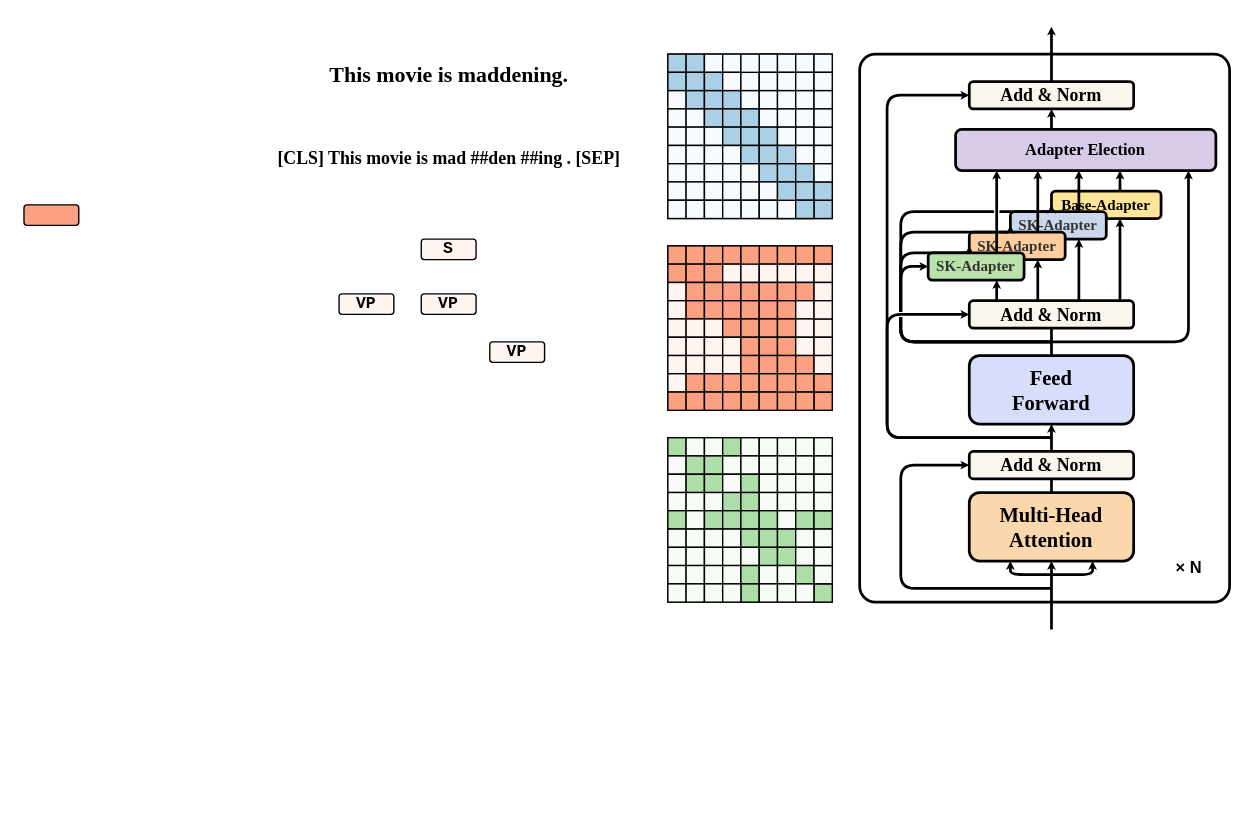
Above: 未命名绘图.drawio in Wiselnn570/dialogue-system (draw.io), before the change. Source tidied: cells renumbered, new cells numbered last; positions are measured from the earlier drawing's top-left corner, leaving out a move shared by most shapes. Both pictures are drawn from the tidied source at 137%, with x=0, y=0 at pixel (23, 26).
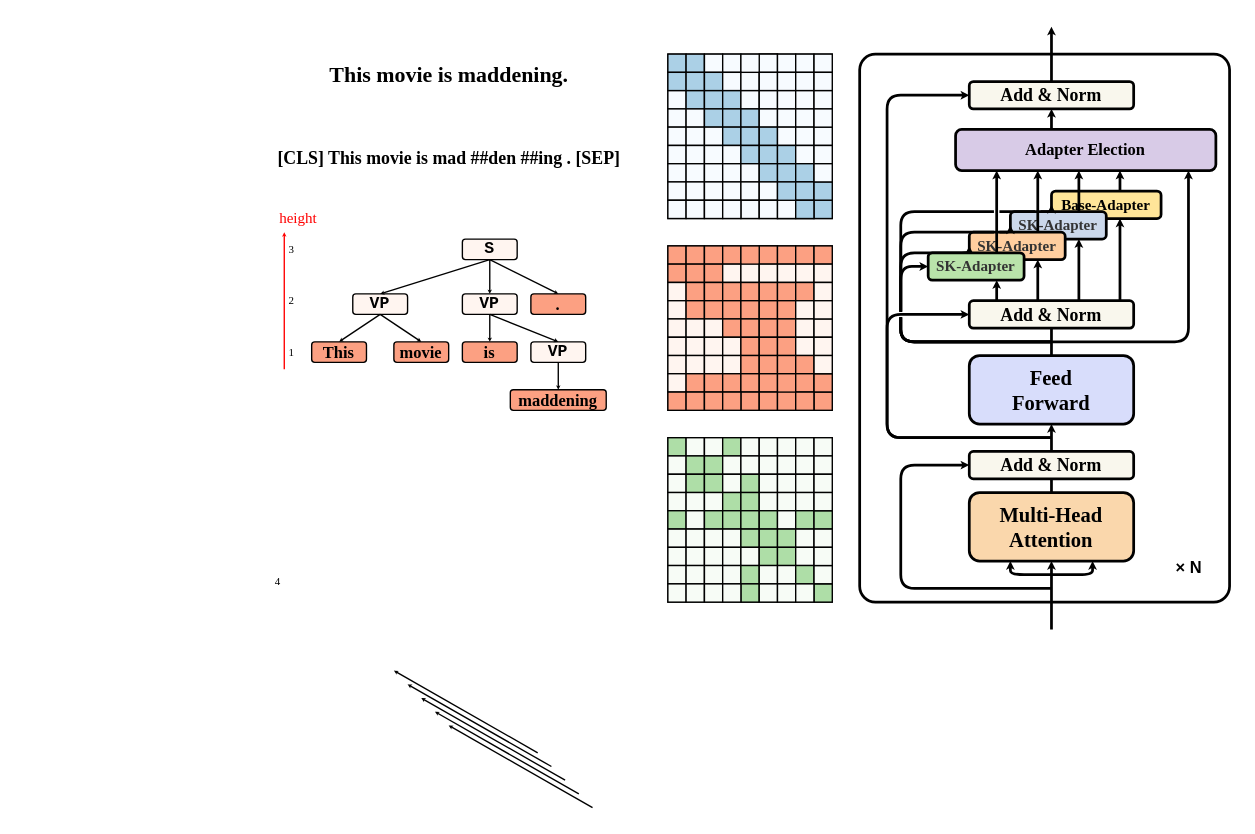
The same diagram, later.

Commit message (it also covers changes not shown here):
更新未命名绘图.drawio

Change to the diagram source:
```diff
@@
     <mxCell id="286" value="S" style="whiteSpace=wrap;html=1;strokeWidth=1;fillColor=#fff5f0;strokeColor=#000000;rotation=0;rounded=1;fontFamily=Courier New;fontStyle=1;" parent="1" vertex="1">
-      <mxGeometry x="290" y="155" width="40" height="15" as="geometry" />
+      <mxGeometry x="320" y="155" width="40" height="15" as="geometry" />
     </mxCell>
-    <mxCell id="287" style="whiteSpace=wrap;html=1;strokeWidth=1;fillColor=#fca082;strokeColor=#000000;rounded=1;rotation=0;" parent="1" vertex="1">
-      <mxGeometry y="130" width="40" height="15" as="geometry" />
+    <mxCell id="287" value="movie" style="whiteSpace=wrap;html=1;strokeWidth=1;fillColor=#fca082;strokeColor=#000000;rounded=1;rotation=0;fontFamily=Times New Roman;fontStyle=1;" parent="1" vertex="1">
+      <mxGeometry x="270" y="230" width="40" height="15" as="geometry" />
     </mxCell>
     <mxCell id="288" value="VP" style="whiteSpace=wrap;html=1;strokeWidth=1;fillColor=#fff5f0;strokeColor=#000000;rotation=0;rounded=1;fontFamily=Courier New;fontStyle=1;" parent="1" vertex="1">
-      <mxGeometry x="230" y="195" width="40" height="15" as="geometry" />
+      <mxGeometry x="240" y="195" width="40" height="15" as="geometry" />
     </mxCell>
     <mxCell id="289" value="VP" style="whiteSpace=wrap;html=1;strokeWidth=1;fillColor=#fff5f0;strokeColor=#000000;rotation=0;rounded=1;fontFamily=Courier New;fontStyle=1;" parent="1" vertex="1">
-      <mxGeometry x="290" y="195" width="40" height="15" as="geometry" />
+      <mxGeometry x="320" y="195" width="40" height="15" as="geometry" />
     </mxCell>
     <mxCell id="290" value="VP" style="whiteSpace=wrap;html=1;strokeWidth=1;fillColor=#fff5f0;strokeColor=#000000;rotation=0;rounded=1;fontFamily=Courier New;fontStyle=1;" parent="1" vertex="1">
-      <mxGeometry x="340" y="230" width="40" height="15" as="geometry" />
+      <mxGeometry x="370" y="230" width="40" height="15" as="geometry" />
     </mxCell>
+    <mxCell id="291" value="This" style="whiteSpace=wrap;html=1;strokeWidth=1;fillColor=#fca082;strokeColor=#000000;rounded=1;rotation=0;fontFamily=Times New Roman;fontStyle=1;" parent="1" vertex="1">
+      <mxGeometry x="210" y="230" width="40" height="15" as="geometry" />
+    </mxCell>
+    <mxCell id="292" value="is" style="whiteSpace=wrap;html=1;strokeWidth=1;fillColor=#fca082;strokeColor=#000000;rounded=1;rotation=0;fontFamily=Times New Roman;fontStyle=1;" parent="1" vertex="1">
+      <mxGeometry x="320" y="230" width="40" height="15" as="geometry" />
+    </mxCell>
+    <mxCell id="293" value="&lt;b&gt;.&lt;/b&gt;" style="whiteSpace=wrap;html=1;strokeWidth=1;fillColor=#fca082;strokeColor=#000000;rounded=1;rotation=0;fontFamily=Times New Roman;" parent="1" vertex="1">
+      <mxGeometry x="370" y="195" width="40" height="15" as="geometry" />
+    </mxCell>
+    <mxCell id="294" value="maddening" style="whiteSpace=wrap;html=1;strokeWidth=1;fillColor=#fca082;strokeColor=#000000;rounded=1;rotation=0;fontStyle=1;fontFamily=Times New Roman;" parent="1" vertex="1">
+      <mxGeometry x="355" y="265" width="70" height="15" as="geometry" />
+    </mxCell>
+    <mxCell id="295" style="elbow=vertical;strokeWidth=1;endArrow=classic;endFill=0;fontStyle=1;strokeColor=#000000;entryX=0.5;entryY=0;entryDx=0;entryDy=0;endSize=0;startSize=4;exitX=0.5;exitY=1;exitDx=0;exitDy=0;" parent="1" edge="1" source="286" target="288">
+      <mxGeometry x="-242" y="470" as="geometry" />
+    </mxCell>
+    <mxCell id="296" style="elbow=vertical;strokeWidth=1;endArrow=classic;endFill=0;fontStyle=1;strokeColor=#000000;entryX=0.5;entryY=0;entryDx=0;entryDy=0;endSize=0;startSize=4;exitX=0.5;exitY=1;exitDx=0;exitDy=0;" parent="1" edge="1" source="286" target="289">
+      <mxGeometry x="-232" y="485" as="geometry" />
+    </mxCell>
+    <mxCell id="297" style="elbow=vertical;strokeWidth=1;endArrow=classic;endFill=0;fontStyle=1;strokeColor=#000000;entryX=0.5;entryY=0;entryDx=0;entryDy=0;endSize=0;startSize=4;exitX=0.5;exitY=1;exitDx=0;exitDy=0;" parent="1" edge="1" source="286" target="293">
+      <mxGeometry x="-202" y="505" as="geometry" />
+    </mxCell>
+    <mxCell id="298" style="elbow=vertical;strokeWidth=1;endArrow=classic;endFill=0;fontStyle=1;strokeColor=#000000;entryX=0.5;entryY=0;entryDx=0;entryDy=0;endSize=0;startSize=4;exitX=0.5;exitY=1;exitDx=0;exitDy=0;" parent="1" edge="1" source="289" target="292">
+      <mxGeometry x="-252" y="475" as="geometry" />
+    </mxCell>
+    <mxCell id="299" style="elbow=vertical;strokeWidth=1;endArrow=classic;endFill=0;fontStyle=1;strokeColor=#000000;entryX=0.5;entryY=0;entryDx=0;entryDy=0;endSize=0;startSize=4;exitX=0.5;exitY=1;exitDx=0;exitDy=0;" parent="1" edge="1" source="289" target="290">
+      <mxGeometry x="-182" y="445" as="geometry" />
+    </mxCell>
+    <mxCell id="300" style="elbow=vertical;strokeWidth=1;endArrow=classic;endFill=0;fontStyle=1;strokeColor=#000000;entryX=0.5;entryY=0;entryDx=0;entryDy=0;endSize=0;startSize=4;exitX=0.5;exitY=1;exitDx=0;exitDy=0;" parent="1" edge="1" source="288" target="287">
+      <mxGeometry x="-242" y="485" as="geometry" />
+    </mxCell>
+    <mxCell id="301" style="elbow=vertical;strokeWidth=1;endArrow=classic;endFill=0;fontStyle=1;strokeColor=#000000;entryX=0.5;entryY=0;entryDx=0;entryDy=0;endSize=0;startSize=4;exitX=0.5;exitY=1;exitDx=0;exitDy=0;" parent="1" edge="1" source="288" target="291">
+      <mxGeometry x="-232" y="495" as="geometry" />
+    </mxCell>
+    <mxCell id="302" style="elbow=vertical;strokeWidth=1;endArrow=classic;endFill=0;fontStyle=1;strokeColor=#000000;entryX=0.5;entryY=0;entryDx=0;entryDy=0;endSize=0;startSize=4;exitX=0.5;exitY=1;exitDx=0;exitDy=0;" parent="1" edge="1" source="290" target="294">
+      <mxGeometry x="-212" y="515" as="geometry" />
+    </mxCell>
+    <mxCell id="303" style="elbow=vertical;strokeWidth=1;endArrow=classic;endFill=0;fontStyle=1;strokeColor=#000000;endSize=0;startSize=4;" parent="1" edge="1">
+      <mxGeometry x="-137" y="595" as="geometry">
+        <mxPoint x="375" y="530" as="sourcePoint" />
+        <mxPoint x="270" y="470" as="targetPoint" />
+      </mxGeometry>
+    </mxCell>
+    <mxCell id="304" style="elbow=vertical;strokeWidth=1;endArrow=classic;endFill=0;fontStyle=1;strokeColor=#000000;endSize=0;startSize=4;" parent="1" edge="1">
+      <mxGeometry x="-127" y="605" as="geometry">
+        <mxPoint x="385" y="540" as="sourcePoint" />
+        <mxPoint x="280" y="480" as="targetPoint" />
+      </mxGeometry>
+    </mxCell>
+    <mxCell id="305" style="elbow=vertical;strokeWidth=1;endArrow=classic;endFill=0;fontStyle=1;strokeColor=#000000;endSize=0;startSize=4;" parent="1" edge="1">
+      <mxGeometry x="-117" y="615" as="geometry">
+        <mxPoint x="395" y="550" as="sourcePoint" />
+        <mxPoint x="290" y="490" as="targetPoint" />
+      </mxGeometry>
+    </mxCell>
+    <mxCell id="306" style="elbow=vertical;strokeWidth=1;endArrow=classic;endFill=0;fontStyle=1;strokeColor=#000000;endSize=0;startSize=4;" parent="1" edge="1">
+      <mxGeometry x="-107" y="625" as="geometry">
+        <mxPoint x="405" y="560" as="sourcePoint" />
+        <mxPoint x="300" y="500" as="targetPoint" />
+      </mxGeometry>
+    </mxCell>
+    <mxCell id="307" style="elbow=vertical;strokeWidth=1;endArrow=classic;endFill=0;fontStyle=1;strokeColor=#000000;endSize=0;startSize=4;" parent="1" edge="1">
+      <mxGeometry x="-97" y="635" as="geometry">
+        <mxPoint x="415" y="570" as="sourcePoint" />
+        <mxPoint x="310" y="510" as="targetPoint" />
+      </mxGeometry>
+    </mxCell>
+    <mxCell id="308" style="elbow=vertical;strokeWidth=1;endArrow=classic;endFill=0;fontStyle=1;strokeColor=#FF0000;endSize=0;startSize=4;" parent="1" edge="1">
+      <mxGeometry x="-327" y="315" as="geometry">
+        <mxPoint x="190" y="250" as="sourcePoint" />
+        <mxPoint x="190" y="150" as="targetPoint" />
+      </mxGeometry>
+    </mxCell>
+    <mxCell id="309" value="&lt;font style=&quot;font-size: 11px;&quot; color=&quot;#ff0000&quot;&gt;height&lt;/font&gt;" style="text;html=1;align=center;verticalAlign=middle;strokeColor=none;fillColor=none;fontFamily=Times New Roman;" parent="1" vertex="1">
+      <mxGeometry x="175" y="125" width="50" height="30" as="geometry" />
+    </mxCell>
+    <mxCell id="310" value="&lt;font color=&quot;#000000&quot; style=&quot;font-size: 8px;&quot;&gt;1&lt;/font&gt;" style="text;html=1;align=center;verticalAlign=middle;strokeColor=none;fillColor=none;fontSize=8;fontFamily=Times New Roman;fontColor=#FF0000;" parent="1" vertex="1">
+      <mxGeometry x="180" y="222.5" width="30" height="30" as="geometry" />
+    </mxCell>
+    <mxCell id="311" value="&lt;font color=&quot;#000000&quot; style=&quot;font-size: 8px;&quot;&gt;2&lt;/font&gt;" style="text;html=1;align=center;verticalAlign=middle;strokeColor=none;fillColor=none;fontSize=8;fontFamily=Times New Roman;fontColor=#FF0000;" parent="1" vertex="1">
+      <mxGeometry x="180" y="185" width="30" height="30" as="geometry" />
+    </mxCell>
+    <mxCell id="312" value="&lt;font color=&quot;#000000&quot; style=&quot;font-size: 8px;&quot;&gt;4&lt;/font&gt;" style="text;html=1;align=center;verticalAlign=middle;strokeColor=none;fillColor=none;fontSize=8;fontFamily=Times New Roman;fontColor=#FF0000;" parent="1" vertex="1">
+      <mxGeometry x="170" y="390" width="30" height="30" as="geometry" />
+    </mxCell>
+    <mxCell id="313" value="&lt;font color=&quot;#000000&quot; style=&quot;font-size: 8px;&quot;&gt;3&lt;/font&gt;" style="text;html=1;align=center;verticalAlign=middle;strokeColor=none;fillColor=none;fontSize=8;fontFamily=Times New Roman;fontColor=#FF0000;" parent="1" vertex="1">
+      <mxGeometry x="180" y="147.5" width="30" height="30" as="geometry" />
+    </mxCell>
```
